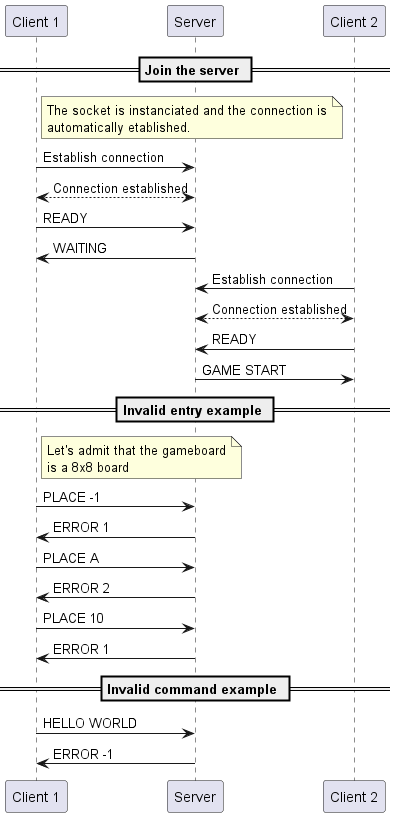
thomasstaheli/DAI_Practical2_Connect4 keeps this PlantUML diagram as img/protocol_invalid_examples.png. Above is the earlier version.
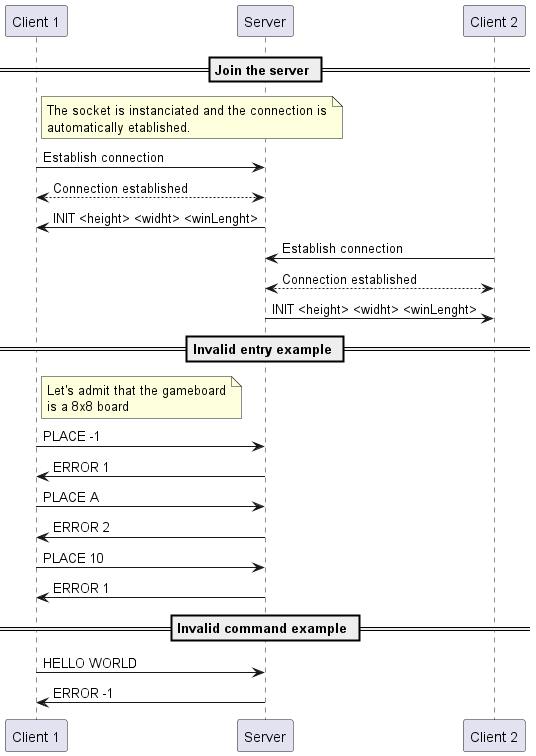
After the commit.

Commit message:
Refactor code + Modify Protocol UMLfile

Change to the diagram source:
```diff
@@ -13,13 +13,11 @@
 
 client1->server : Establish connection
 server<-->client1 : Connection established
-client1->server : READY
-server->client1 : WAITING
+server->client1 : INIT <height> <widht> <winLenght>
 
 client2->server : Establish connection
 server<-->client2 : Connection established
-client2->server : READY
-server->client2 : GAME START
+server->client2 : INIT <height> <widht> <winLenght>
 
 == Invalid entry example ==
 
```
